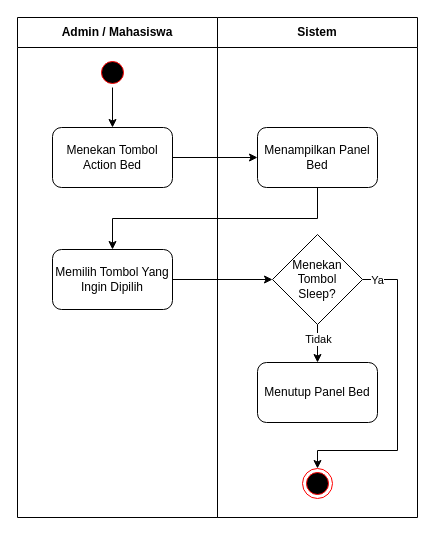
hako-975/UNPAM-File keeps this draw.io diagram as skripsi/skripsi/gambar/BAB III/Activity Diagram/Activity Diagram Action – Bed.drawio. Above is the earlier version. Source tidied: cells renumbered, new cells numbered last; positions are measured from the earlier drawing's top-left corner, leaving out a move shared by most shapes. Both pictures are drawn from the tidied source at 100%, with x=0, y=0 at pixel (17, 17).
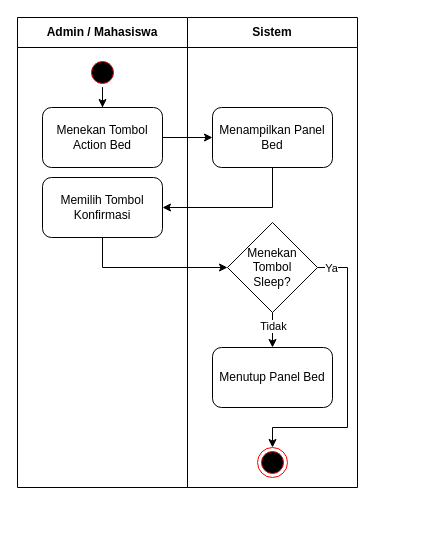
Above is the later version.

Diff of the diagram source:
```diff
@@
     <mxCell id="2" value="Admin / Mahasiswa" style="swimlane;whiteSpace=wrap;html=1;startSize=30;" parent="1" vertex="1">
-      <mxGeometry width="200" height="500" as="geometry" />
+      <mxGeometry width="170" height="470" as="geometry" />
     </mxCell>
@@
     <mxCell id="4" style="ellipse;html=1;shape=startState;fillColor=#000000;strokeColor=#ff0000;" parent="2" vertex="1">
-      <mxGeometry x="80" y="40" width="30" height="30" as="geometry" />
+      <mxGeometry x="70" y="40" width="30" height="30" as="geometry" />
     </mxCell>
     <mxCell id="5" value="Menekan Tombol&lt;div&gt;Action Bed&lt;/div&gt;" style="rounded=1;whiteSpace=wrap;html=1;" parent="2" vertex="1">
-      <mxGeometry x="35" y="110" width="120" height="60" as="geometry" />
+      <mxGeometry x="25" y="90" width="120" height="60" as="geometry" />
     </mxCell>
-    <mxCell id="6" value="Memilih Tombol Yang Ingin Dipilih" style="whiteSpace=wrap;html=1;rounded=1;" parent="2" vertex="1">
-      <mxGeometry x="35" y="232" width="120" height="60" as="geometry" />
+    <mxCell id="6" value="Memilih Tombol Konfirmasi" style="whiteSpace=wrap;html=1;rounded=1;" parent="2" vertex="1">
+      <mxGeometry x="25" y="160" width="120" height="60" as="geometry" />
     </mxCell>
     <mxCell id="7" value="Sistem" style="swimlane;whiteSpace=wrap;html=1;startSize=30;" parent="1" vertex="1">
-      <mxGeometry x="200" width="200" height="500" as="geometry" />
+      <mxGeometry x="170" width="170" height="470" as="geometry" />
     </mxCell>
     <mxCell id="8" value="Menampilkan Panel Bed" style="whiteSpace=wrap;html=1;rounded=1;" parent="7" vertex="1">
-      <mxGeometry x="40" y="110" width="120" height="60" as="geometry" />
+      <mxGeometry x="25" y="90" width="120" height="60" as="geometry" />
     </mxCell>
     <mxCell id="9" style="ellipse;html=1;shape=endState;fillColor=#000000;strokeColor=#ff0000;" parent="7" vertex="1">
-      <mxGeometry x="85" y="451" width="30" height="30" as="geometry" />
+      <mxGeometry x="70" y="430" width="30" height="30" as="geometry" />
     </mxCell>
     <mxCell id="10" style="edgeStyle=orthogonalEdgeStyle;rounded=0;jettySize=auto;html=1;exitX=1;exitY=0.5;exitDx=0;exitDy=0;entryX=0.5;entryY=0;entryDx=0;entryDy=0;" parent="7" edge="1" source="12" target="9">
       <mxGeometry relative="1" as="geometry">
         <Array as="points">
-          <mxPoint x="180" y="262" />
-          <mxPoint x="180" y="433" />
-          <mxPoint x="100" y="433" />
+          <mxPoint x="160" y="250" />
+          <mxPoint x="160" y="410" />
+          <mxPoint x="85" y="410" />
         </Array>
       </mxGeometry>
     </mxCell>
@@
     <mxCell id="12" value="Menekan Tombol&lt;div&gt;Sleep&lt;span style=&quot;background-color: initial;&quot;&gt;?&lt;/span&gt;&lt;/div&gt;" style="rhombus;whiteSpace=wrap;html=1;" parent="7" vertex="1">
-      <mxGeometry x="55" y="217" width="90" height="90" as="geometry" />
+      <mxGeometry x="40" y="205" width="90" height="90" as="geometry" />
     </mxCell>
     <mxCell id="13" value="Menutup Panel Bed" style="whiteSpace=wrap;html=1;rounded=1;" parent="7" vertex="1">
-      <mxGeometry x="40" y="345" width="120" height="60" as="geometry" />
+      <mxGeometry x="25" y="330" width="120" height="60" as="geometry" />
     </mxCell>
@@
-    <mxCell id="17" style="edgeStyle=orthogonalEdgeStyle;rounded=0;jettySize=auto;html=1;exitX=0.5;exitY=1;exitDx=0;exitDy=0;entryX=0.5;entryY=0;entryDx=0;entryDy=0;" parent="1" edge="1" source="8" target="6">
+    <mxCell id="17" style="edgeStyle=orthogonalEdgeStyle;rounded=0;jettySize=auto;html=1;exitX=0.5;exitY=1;exitDx=0;exitDy=0;entryX=1;entryY=0.5;entryDx=0;entryDy=0;" parent="1" edge="1" source="8" target="6">
       <mxGeometry relative="1" as="geometry" />
     </mxCell>
-    <mxCell id="18" style="edgeStyle=orthogonalEdgeStyle;rounded=0;jettySize=auto;html=1;entryX=0;entryY=0.5;entryDx=0;entryDy=0;" parent="1" edge="1" source="6" target="12">
+    <mxCell id="18" style="edgeStyle=orthogonalEdgeStyle;rounded=0;jettySize=auto;html=1;entryX=0;entryY=0.5;entryDx=0;entryDy=0;exitX=0.5;exitY=1;exitDx=0;exitDy=0;" parent="1" edge="1" source="6" target="12">
       <mxGeometry relative="1" as="geometry" />
     </mxCell>
```
